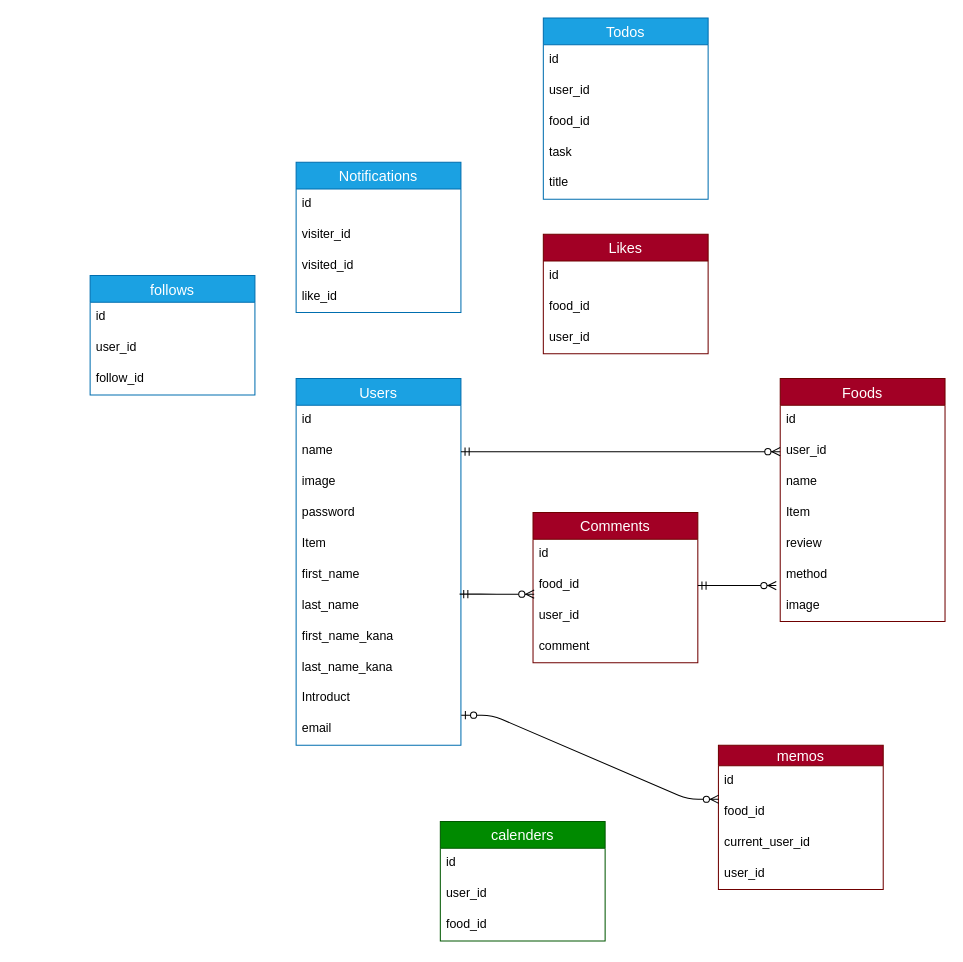
Above: DB.dio in kiiii8r/Cooking_memo (draw.io), before the change. Source tidied: cells renumbered, new cells numbered last; positions are measured from the earlier drawing's top-left corner, leaving out a move shared by most shapes. Both pictures are drawn from the tidied source at 103%, with x=0, y=0 at pixel (90, 18).
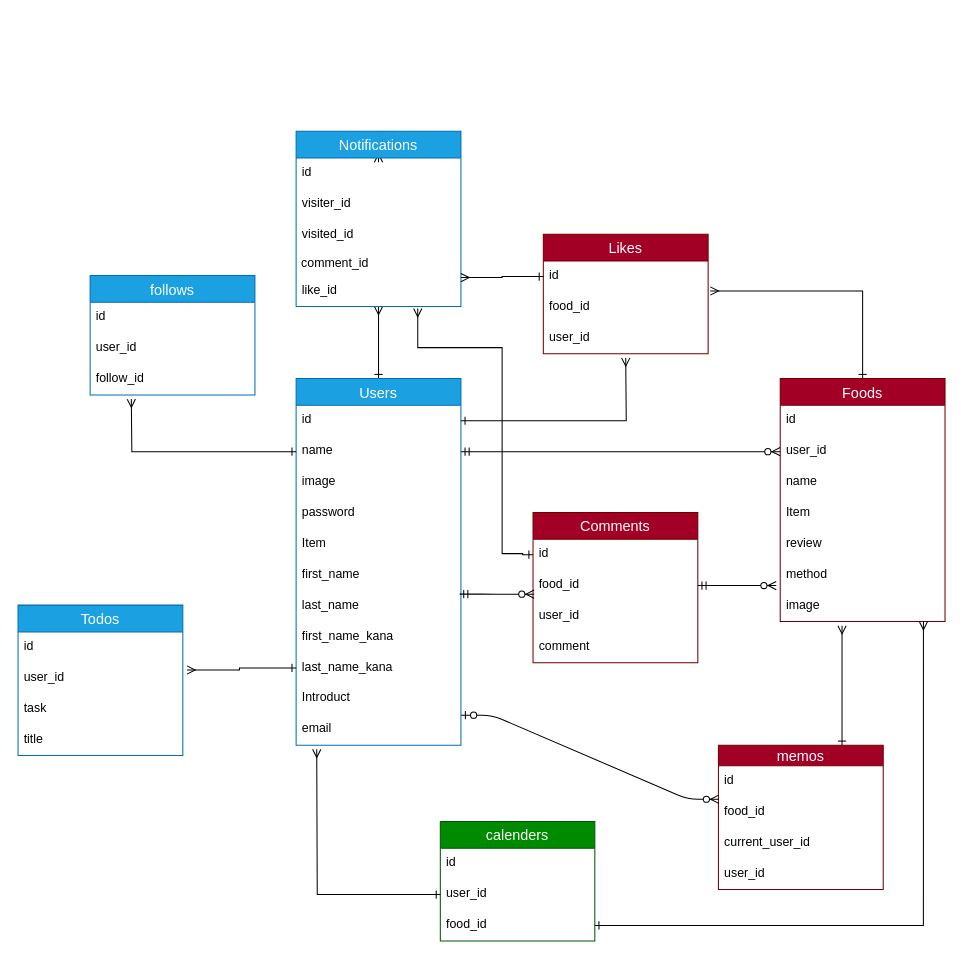
Above is the later version.

Unchanged cells that the change refers to:
```xml
<mxCell id="2" value="Users" style="swimlane;fontStyle=0;horizontal=1;startSize=26;align=center;fontSize=14;fillColor=#1ba1e2;strokeColor=#006EAF;fontColor=#ffffff;" parent="1" vertex="1">
  <mxGeometry x="200" y="350" width="160" height="356" as="geometry" />
</mxCell>
<mxCell id="3" value="id" style="text;strokeColor=none;fillColor=none;spacingLeft=4;spacingRight=4;overflow=hidden;points=[[0,0.5],[1,0.5]];portConstraint=eastwest;fontSize=12;" parent="2" vertex="1">
  <mxGeometry y="26" width="160" height="30" as="geometry" />
</mxCell>
<mxCell id="4" value="name" style="text;strokeColor=none;fillColor=none;spacingLeft=4;spacingRight=4;overflow=hidden;points=[[0,0.5],[1,0.5]];portConstraint=eastwest;fontSize=12;" parent="2" vertex="1">
  <mxGeometry y="56" width="160" height="30" as="geometry" />
</mxCell>
<mxCell id="11" value="last_name_kana" style="text;strokeColor=none;fillColor=none;spacingLeft=4;spacingRight=4;overflow=hidden;points=[[0,0.5],[1,0.5]];portConstraint=eastwest;fontSize=12;" parent="2" vertex="1">
  <mxGeometry y="266" width="160" height="30" as="geometry" />
</mxCell>
<mxCell id="14" value="Foods" style="swimlane;fontStyle=0;horizontal=1;startSize=26;align=center;fontSize=14;fillColor=#a20025;strokeColor=#6F0000;fontColor=#ffffff;" parent="1" vertex="1">
  <mxGeometry x="670" y="350" width="160" height="236" as="geometry" />
</mxCell>
<mxCell id="21" value="image" style="text;strokeColor=none;fillColor=none;spacingLeft=4;spacingRight=4;overflow=hidden;points=[[0,0.5],[1,0.5]];portConstraint=eastwest;fontSize=12;" parent="14" vertex="1">
  <mxGeometry y="206" width="160" height="30" as="geometry" />
</mxCell>
<mxCell id="23" value="id" style="text;strokeColor=none;fillColor=none;spacingLeft=4;spacingRight=4;overflow=hidden;points=[[0,0.5],[1,0.5]];portConstraint=eastwest;fontSize=12;" parent="22" vertex="1">
  <mxGeometry y="26" width="160" height="30" as="geometry" />
</mxCell>
<mxCell id="29" value="user_id" style="text;strokeColor=none;fillColor=none;spacingLeft=4;spacingRight=4;overflow=hidden;points=[[0,0.5],[1,0.5]];portConstraint=eastwest;fontSize=12;" parent="27" vertex="1">
  <mxGeometry y="56" width="160" height="30" as="geometry" />
</mxCell>
<mxCell id="33" value="memos" style="swimlane;fontStyle=0;horizontal=1;startSize=20;align=center;fontSize=14;fillColor=#a20025;strokeColor=#6F0000;fontColor=#ffffff;" parent="1" vertex="1">
  <mxGeometry x="610" y="706" width="160" height="140" as="geometry" />
</mxCell>
<mxCell id="44" value="id" style="text;strokeColor=none;fillColor=none;spacingLeft=4;spacingRight=4;overflow=hidden;points=[[0,0.5],[1,0.5]];portConstraint=eastwest;fontSize=12;" parent="43" vertex="1">
  <mxGeometry y="26" width="160" height="30" as="geometry" />
</mxCell>
<mxCell id="45" value="food_id" style="text;strokeColor=none;fillColor=none;spacingLeft=4;spacingRight=4;overflow=hidden;points=[[0,0.5],[1,0.5]];portConstraint=eastwest;fontSize=12;" parent="43" vertex="1">
  <mxGeometry y="56" width="160" height="30" as="geometry" />
</mxCell>
```

The edit, as a diff of the source:
```diff
@@
+    <mxCell id="59" style="edgeStyle=orthogonalEdgeStyle;rounded=0;jettySize=auto;html=1;exitX=0.5;exitY=0;exitDx=0;exitDy=0;entryX=0.5;entryY=1;entryDx=0;entryDy=0;entryPerimeter=0;startArrow=ERone;startFill=0;endArrow=ERmany;endFill=0;" parent="1" edge="1" source="2" target="42">
+      <mxGeometry relative="1" as="geometry" />
+    </mxCell>
@@
+    <mxCell id="60" style="edgeStyle=orthogonalEdgeStyle;rounded=0;jettySize=auto;html=1;exitX=0.5;exitY=0;exitDx=0;exitDy=0;entryX=1.013;entryY=-0.033;entryDx=0;entryDy=0;entryPerimeter=0;startArrow=ERone;startFill=0;endArrow=ERmany;endFill=0;" parent="1" edge="1" source="14" target="45">
+      <mxGeometry relative="1" as="geometry">
+        <Array as="points">
+          <mxPoint x="750" y="265" />
+        </Array>
+      </mxGeometry>
+    </mxCell>
@@
+    <mxCell id="61" style="edgeStyle=orthogonalEdgeStyle;rounded=0;jettySize=auto;html=1;exitX=0;exitY=0.5;exitDx=0;exitDy=0;startArrow=ERone;startFill=0;endArrow=ERmany;endFill=0;entryX=0.738;entryY=1.067;entryDx=0;entryDy=0;entryPerimeter=0;" parent="1" edge="1" source="23" target="42">
+      <mxGeometry relative="1" as="geometry">
+        <Array as="points">
+          <mxPoint x="420" y="521" />
+          <mxPoint x="420" y="520" />
+          <mxPoint x="400" y="520" />
+          <mxPoint x="400" y="320" />
+          <mxPoint x="318" y="320" />
+        </Array>
+      </mxGeometry>
+    </mxCell>
@@
     <mxCell id="27" value="Todos" style="swimlane;fontStyle=0;horizontal=1;startSize=26;align=center;fontSize=14;fillColor=#1ba1e2;strokeColor=#006EAF;fontColor=#ffffff;" parent="1" vertex="1">
-      <mxGeometry x="440" width="160" height="176" as="geometry" />
+      <mxGeometry x="-70" y="570" width="160" height="146" as="geometry" />
     </mxCell>
@@
-    <mxCell id="30" value="food_id" style="text;strokeColor=none;fillColor=none;spacingLeft=4;spacingRight=4;overflow=hidden;fontSize=12;" parent="27" vertex="1">
-      <mxGeometry y="86" width="160" height="30" as="geometry" />
-    </mxCell>
     <mxCell id="31" value="task" style="text;strokeColor=none;fillColor=none;spacingLeft=4;spacingRight=4;overflow=hidden;fontSize=12;" parent="27" vertex="1">
-      <mxGeometry y="116" width="160" height="30" as="geometry" />
+      <mxGeometry y="86" width="160" height="30" as="geometry" />
     </mxCell>
     <mxCell id="32" value="title" style="text;strokeColor=none;fillColor=none;spacingLeft=4;spacingRight=4;overflow=hidden;fontSize=12;" parent="27" vertex="1">
-      <mxGeometry y="146" width="160" height="30" as="geometry" />
+      <mxGeometry y="116" width="160" height="30" as="geometry" />
     </mxCell>
+    <mxCell id="62" style="edgeStyle=orthogonalEdgeStyle;rounded=0;jettySize=auto;html=1;exitX=0.75;exitY=0;exitDx=0;exitDy=0;startArrow=ERone;startFill=0;endArrow=ERmany;endFill=0;" parent="1" edge="1" source="33">
+      <mxGeometry relative="1" as="geometry">
+        <mxPoint x="730" y="590" as="targetPoint" />
+      </mxGeometry>
+    </mxCell>
@@
+    <mxCell id="63" style="edgeStyle=orthogonalEdgeStyle;rounded=0;jettySize=auto;html=1;exitX=0.5;exitY=0;exitDx=0;exitDy=0;startArrow=ERone;startFill=0;endArrow=ERmany;endFill=0;" parent="1" edge="1" source="38">
+      <mxGeometry relative="1" as="geometry">
+        <mxPoint x="280" y="140" as="targetPoint" />
+      </mxGeometry>
+    </mxCell>
     <mxCell id="38" value="Notifications" style="swimlane;fontStyle=0;horizontal=1;startSize=26;align=center;fontSize=14;fillColor=#1ba1e2;strokeColor=#006EAF;fontColor=#ffffff;" parent="1" vertex="1">
-      <mxGeometry x="200" y="140" width="160" height="146" as="geometry" />
+      <mxGeometry x="200" y="110" width="160" height="170" as="geometry" />
     </mxCell>
@@
+    <mxCell id="64" value="&amp;nbsp;comment_id" style="text;html=1;strokeColor=none;fillColor=none;align=left;verticalAlign=middle;whiteSpace=wrap;rounded=0;" parent="38" vertex="1">
+      <mxGeometry y="116" width="160" height="24" as="geometry" />
+    </mxCell>
     <mxCell id="42" value="like_id" style="text;strokeColor=none;fillColor=none;spacingLeft=4;spacingRight=4;overflow=hidden;points=[[0,0.5],[1,0.5]];portConstraint=eastwest;fontSize=12;" parent="38" vertex="1">
-      <mxGeometry y="116" width="160" height="30" as="geometry" />
+      <mxGeometry y="140" width="160" height="30" as="geometry" />
     </mxCell>
@@
     <mxCell id="51" value="calenders" style="swimlane;fontStyle=0;horizontal=1;startSize=26;align=center;fontSize=14;fillColor=#008a00;strokeColor=#005700;fontColor=#ffffff;" parent="1" vertex="1">
-      <mxGeometry x="340" y="780" width="160" height="116" as="geometry" />
+      <mxGeometry x="340" y="780" width="150" height="116" as="geometry" />
     </mxCell>
     <mxCell id="52" value="id" style="text;strokeColor=none;fillColor=none;spacingLeft=4;spacingRight=4;overflow=hidden;fontSize=12;" parent="51" vertex="1">
-      <mxGeometry y="26" width="160" height="30" as="geometry" />
+      <mxGeometry y="26" width="150" height="30" as="geometry" />
     </mxCell>
     <mxCell id="53" value="user_id" style="text;strokeColor=none;fillColor=none;spacingLeft=4;spacingRight=4;overflow=hidden;points=[[0,0.5],[1,0.5]];portConstraint=eastwest;fontSize=12;" parent="51" vertex="1">
-      <mxGeometry y="56" width="160" height="30" as="geometry" />
+      <mxGeometry y="56" width="150" height="30" as="geometry" />
     </mxCell>
     <mxCell id="54" value="food_id" style="text;strokeColor=none;fillColor=none;spacingLeft=4;spacingRight=4;overflow=hidden;points=[[0,0.5],[1,0.5]];portConstraint=eastwest;fontSize=12;" parent="51" vertex="1">
-      <mxGeometry y="86" width="160" height="30" as="geometry" />
+      <mxGeometry y="86" width="150" height="30" as="geometry" />
     </mxCell>
@@
+    <mxCell id="65" style="edgeStyle=orthogonalEdgeStyle;rounded=0;jettySize=auto;html=1;exitX=1;exitY=0.5;exitDx=0;exitDy=0;endArrow=ERmany;endFill=0;startArrow=ERone;startFill=0;" parent="1" edge="1" source="3">
+      <mxGeometry relative="1" as="geometry">
+        <mxPoint x="520" y="330" as="targetPoint" />
+      </mxGeometry>
+    </mxCell>
+    <mxCell id="66" style="edgeStyle=orthogonalEdgeStyle;rounded=0;jettySize=auto;html=1;exitX=0;exitY=0.5;exitDx=0;exitDy=0;startArrow=ERone;startFill=0;endArrow=ERmany;endFill=0;" parent="1" edge="1" source="53">
+      <mxGeometry relative="1" as="geometry">
+        <mxPoint x="220" y="710" as="targetPoint" />
+      </mxGeometry>
+    </mxCell>
+    <mxCell id="67" style="edgeStyle=orthogonalEdgeStyle;rounded=0;jettySize=auto;html=1;exitX=1;exitY=0.5;exitDx=0;exitDy=0;startArrow=ERone;startFill=0;endArrow=ERmany;endFill=0;entryX=0.869;entryY=1;entryDx=0;entryDy=0;entryPerimeter=0;" parent="1" edge="1" source="54" target="21">
+      <mxGeometry relative="1" as="geometry" />
+    </mxCell>
+    <mxCell id="68" style="edgeStyle=orthogonalEdgeStyle;rounded=0;jettySize=auto;html=1;exitX=0;exitY=0.5;exitDx=0;exitDy=0;startArrow=ERone;startFill=0;endArrow=ERmany;endFill=0;" parent="1" edge="1" source="4">
+      <mxGeometry relative="1" as="geometry">
+        <mxPoint x="40" y="370" as="targetPoint" />
+      </mxGeometry>
+    </mxCell>
+    <mxCell id="69" style="edgeStyle=orthogonalEdgeStyle;rounded=0;jettySize=auto;html=1;exitX=0;exitY=0.5;exitDx=0;exitDy=0;entryX=1;entryY=0.067;entryDx=0;entryDy=0;entryPerimeter=0;startArrow=ERone;startFill=0;endArrow=ERmany;endFill=0;" parent="1" edge="1" source="44" target="42">
+      <mxGeometry relative="1" as="geometry" />
+    </mxCell>
+    <mxCell id="70" style="edgeStyle=orthogonalEdgeStyle;rounded=0;jettySize=auto;html=1;exitX=0;exitY=0.5;exitDx=0;exitDy=0;entryX=1.025;entryY=0.233;entryDx=0;entryDy=0;entryPerimeter=0;startArrow=ERone;startFill=0;endArrow=ERmany;endFill=0;" parent="1" edge="1" source="11" target="29">
+      <mxGeometry relative="1" as="geometry" />
+    </mxCell>
```
